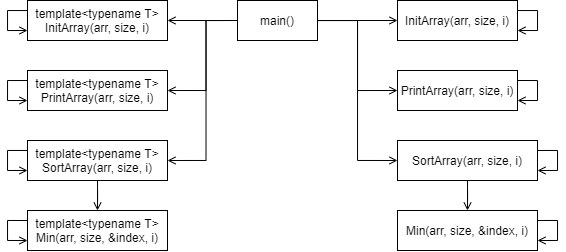
This is Lab6.3.2/structure.png from fhctyw/Lab6.3, a draw.io export, as it was before one commit. Source tidied: cells renumbered, new cells last; positions are measured from the earlier drawing's top-left corner, leaving out a move shared by most shapes.
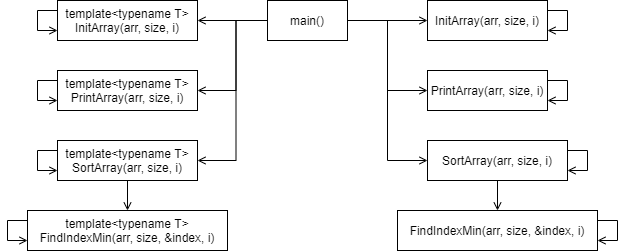
Later version of the same file.

Change to the diagram source:
```diff
@@ -67,16 +67,16 @@
         </Array>
       </mxGeometry>
     </mxCell>
-    <mxCell id="16" value="Min(arr, size, &amp;amp;index, i)" style="rounded=0;whiteSpace=wrap;html=1;" parent="1" vertex="1">
-      <mxGeometry x="390" y="210" width="140" height="40" as="geometry" />
+    <mxCell id="16" value="FindIndexMin(arr, size, &amp;amp;index, i)" style="rounded=0;whiteSpace=wrap;html=1;" parent="1" vertex="1">
+      <mxGeometry x="360" y="210" width="200" height="40" as="geometry" />
     </mxCell>
     <mxCell id="17" style="edgeStyle=orthogonalEdgeStyle;rounded=0;orthogonalLoop=1;jettySize=auto;html=1;entryX=1;entryY=0.75;entryDx=0;entryDy=0;endArrow=open;endFill=0;" parent="1" edge="1">
       <mxGeometry relative="1" as="geometry">
-        <mxPoint x="530" y="220" as="sourcePoint" />
-        <mxPoint x="530" y="240" as="targetPoint" />
+        <mxPoint x="560" y="220" as="sourcePoint" />
+        <mxPoint x="560" y="240" as="targetPoint" />
         <Array as="points">
-          <mxPoint x="550" y="220" />
-          <mxPoint x="550" y="240" />
+          <mxPoint x="580" y="220" />
+          <mxPoint x="580" y="240" />
         </Array>
       </mxGeometry>
     </mxCell>
@@ -92,8 +92,8 @@
     <mxCell id="21" value="template&amp;lt;typename T&amp;gt;&lt;br&gt;SortArray(arr, size, i)" style="rounded=0;whiteSpace=wrap;html=1;direction=east;" parent="1" vertex="1">
       <mxGeometry x="20" y="140" width="140" height="40" as="geometry" />
     </mxCell>
-    <mxCell id="22" value="template&amp;lt;typename T&amp;gt;&lt;br&gt;Min(arr, size, &amp;amp;index, i)" style="rounded=0;whiteSpace=wrap;html=1;direction=east;" parent="1" vertex="1">
-      <mxGeometry x="20" y="210" width="140" height="40" as="geometry" />
+    <mxCell id="22" value="template&amp;lt;typename T&amp;gt;&lt;br&gt;FindIndexMin(arr, size, &amp;amp;index, i)" style="rounded=0;whiteSpace=wrap;html=1;direction=east;" parent="1" vertex="1">
+      <mxGeometry x="-10" y="210" width="200" height="40" as="geometry" />
     </mxCell>
     <mxCell id="23" style="edgeStyle=orthogonalEdgeStyle;rounded=0;orthogonalLoop=1;jettySize=auto;html=1;entryX=0;entryY=0.75;entryDx=0;entryDy=0;endArrow=open;endFill=0;" parent="1" edge="1" source="18" target="18">
       <mxGeometry relative="1" as="geometry">
@@ -125,11 +125,11 @@
     </mxCell>
     <mxCell id="26" style="edgeStyle=orthogonalEdgeStyle;rounded=0;orthogonalLoop=1;jettySize=auto;html=1;entryX=0;entryY=0.75;entryDx=0;entryDy=0;endArrow=open;endFill=0;" parent="1" edge="1">
       <mxGeometry relative="1" as="geometry">
-        <mxPoint x="20" y="220" as="sourcePoint" />
-        <mxPoint x="20" y="240" as="targetPoint" />
+        <mxPoint x="-10" y="220" as="sourcePoint" />
+        <mxPoint x="-10" y="240" as="targetPoint" />
         <Array as="points">
-          <mxPoint y="220" />
-          <mxPoint y="240" />
+          <mxPoint x="-30" y="220" />
+          <mxPoint x="-30" y="240" />
         </Array>
       </mxGeometry>
     </mxCell>
```
